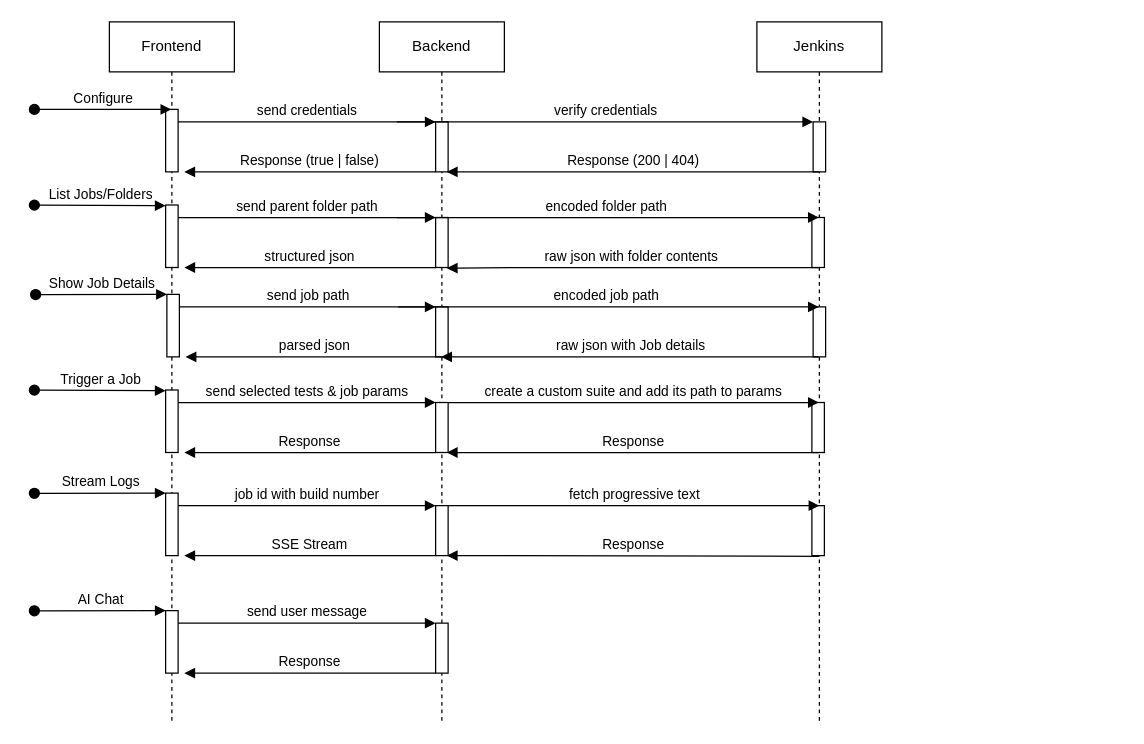
Earlier version of the draw.io diagram Sequential Diagram.drawio (KhushalJangid/Jenkins-Api-Client). Source tidied: cells renumbered, new cells numbered last; positions are measured from the earlier drawing's top-left corner, leaving out a move shared by most shapes. Both pictures are drawn from the tidied source at 125%, with x=0, y=0 at pixel (34, 21).
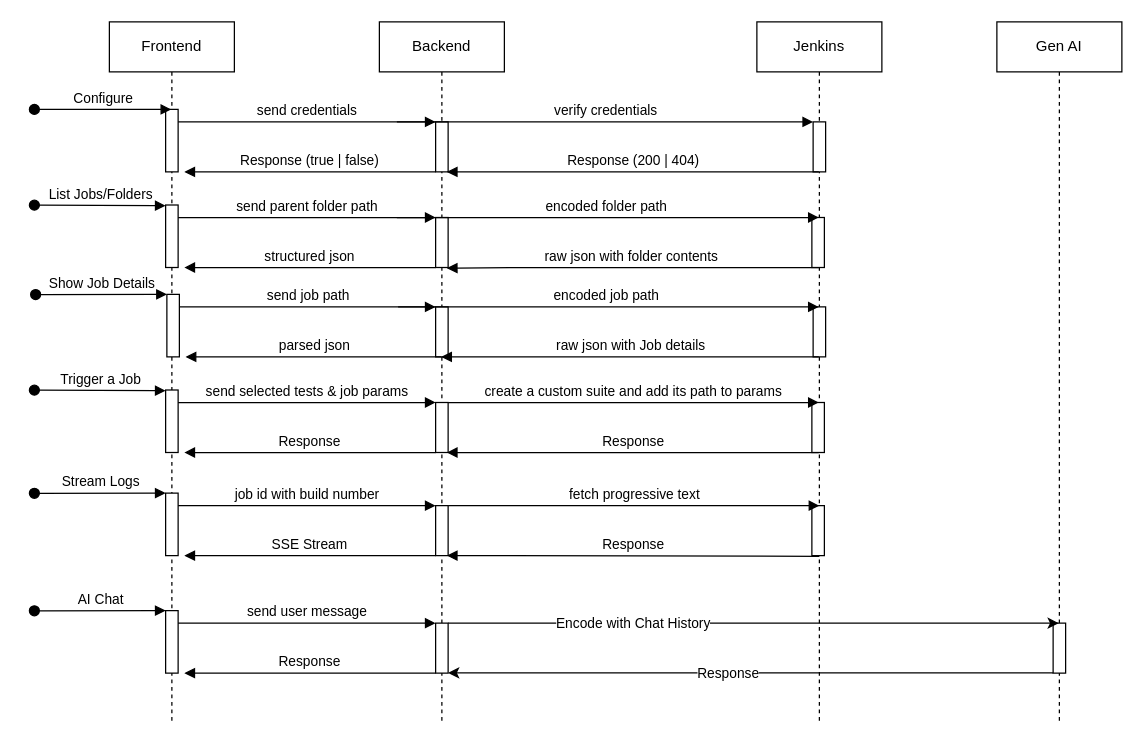
The same page after the edit.

Diff of the diagram source:
```diff
@@
+    <mxCell id="50" value="Gen AI" style="shape=umlLifeline;perimeter=lifelinePerimeter;whiteSpace=wrap;html=1;outlineConnect=0;portConstraint=eastwest;newEdgeStyle={&quot;edgeStyle&quot;:&quot;elbowEdgeStyle&quot;,&quot;elbow&quot;:&quot;vertical&quot;,&quot;curved&quot;:0,&quot;rounded&quot;:0};" parent="1" vertex="1">
+      <mxGeometry x="770" width="100" height="560" as="geometry" />
+    </mxCell>
+    <mxCell id="51" style="html=1;perimeter=orthogonalPerimeter;targetShapes=umlLifeline;newEdgeStyle={&quot;edgeStyle&quot;:&quot;elbowEdgeStyle&quot;,&quot;elbow&quot;:&quot;vertical&quot;,&quot;curved&quot;:0,&quot;rounded&quot;:0};" parent="50" vertex="1">
+      <mxGeometry x="45" y="481" width="10" height="40" as="geometry" />
+    </mxCell>
+    <mxCell id="52" style="endArrow=classic;html=1;rounded=0;" parent="1" edge="1" target="50">
+      <mxGeometry relative="1" as="geometry">
+        <mxPoint x="331" y="481" as="sourcePoint" />
+      </mxGeometry>
+    </mxCell>
+    <mxCell id="53" value="Encode with Chat History" style="edgeLabel;html=1;align=center;verticalAlign=middle;" parent="52" vertex="1">
+      <mxGeometry x="-0.4" y="1" relative="1" as="geometry" />
+    </mxCell>
+    <mxCell id="54" style="endArrow=classic;html=1;rounded=0;" parent="1" edge="1">
+      <mxGeometry relative="1" as="geometry">
+        <mxPoint x="815" y="520.8" as="sourcePoint" />
+        <mxPoint x="331" y="520.8" as="targetPoint" />
+      </mxGeometry>
+    </mxCell>
+    <mxCell id="55" value="Response" style="edgeLabel;html=1;align=center;verticalAlign=middle;" parent="54" vertex="1">
+      <mxGeometry x="0.08" relative="1" as="geometry" />
+    </mxCell>
```
